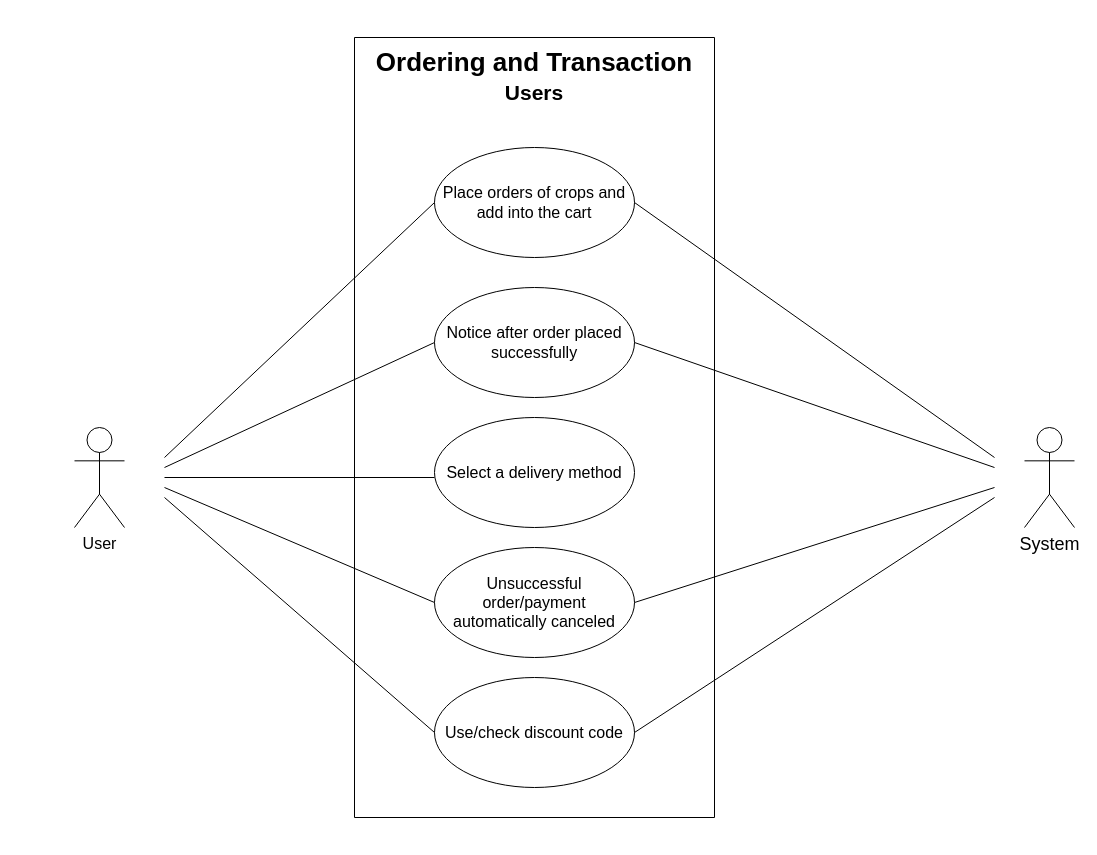
i4GS/test keeps this draw.io diagram as SAD_Assignment.drawio. Above is the earlier version. Source tidied: cells renumbered, new cells numbered last; positions are measured from the earlier drawing's top-left corner, leaving out a move shared by most shapes. Both pictures are drawn from the tidied source at 100%, with x=0, y=0 at pixel (74, 17).
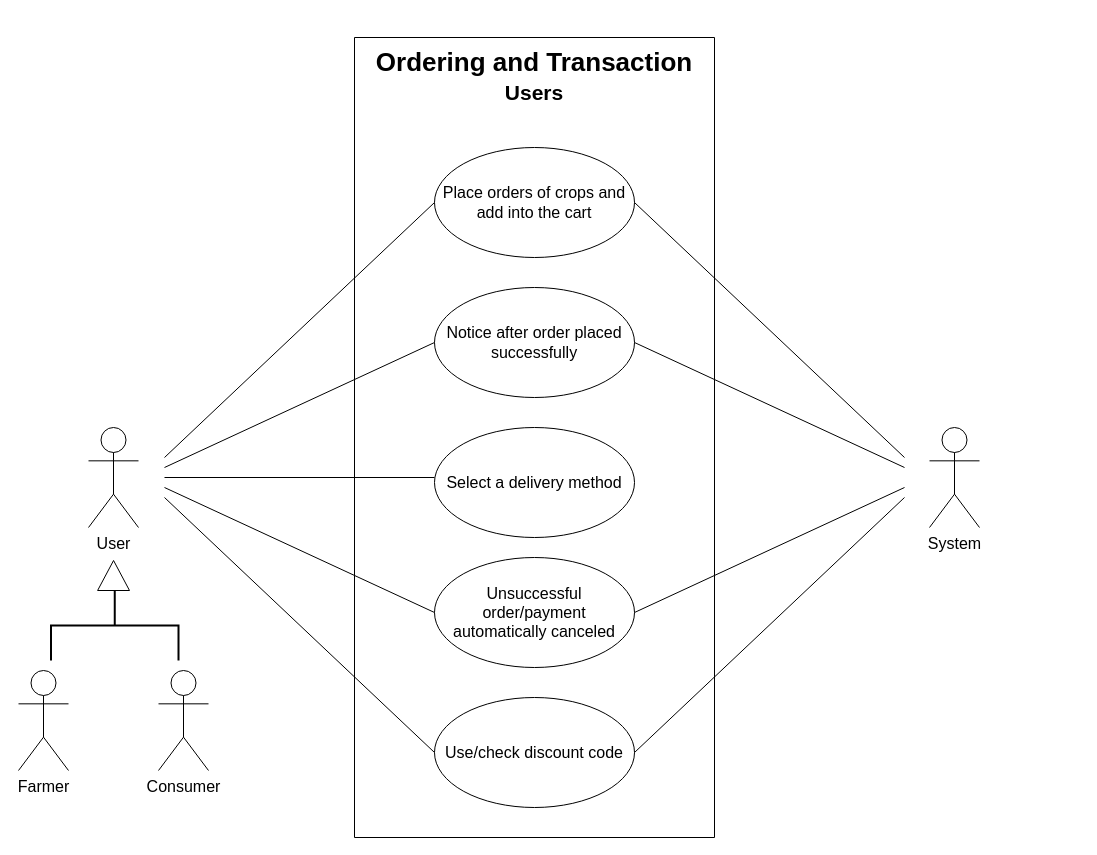
The same page after the edit.

Unchanged cells that the change refers to:
```xml
<mxCell id="5" value="Place orders of crops and add into the cart" style="ellipse;whiteSpace=wrap;html=1;fontSize=16;" parent="4" vertex="1">
  <mxGeometry x="80" y="110" width="200" height="110" as="geometry" />
</mxCell>
<mxCell id="8" value="&lt;font style=&quot;font-size: 16px;&quot;&gt;Notice&amp;nbsp;&lt;font style=&quot;font-size: 16px;&quot;&gt;after order placed successfully&lt;/font&gt;&lt;/font&gt;" style="ellipse;whiteSpace=wrap;html=1;fontSize=16;" parent="4" vertex="1">
  <mxGeometry x="80" y="250" width="200" height="110" as="geometry" />
</mxCell>
```

What changed in the source:
```diff
@@
     <mxCell id="3" value="User" style="shape=umlActor;verticalLabelPosition=bottom;verticalAlign=top;html=1;fontSize=16;" parent="1" vertex="1">
-      <mxGeometry y="410" width="50" height="100" as="geometry" />
+      <mxGeometry x="14" y="410" width="50" height="100" as="geometry" />
     </mxCell>
     <mxCell id="4" style="swimlane;startSize=0;fontSize=16;" parent="1" vertex="1">
-      <mxGeometry x="280" y="20" width="360" height="780" as="geometry" />
+      <mxGeometry x="280" y="20" width="360" height="800" as="geometry" />
     </mxCell>
@@
     <mxCell id="7" value="Select a delivery method" style="ellipse;whiteSpace=wrap;html=1;fontSize=16;" parent="4" vertex="1">
-      <mxGeometry x="80" y="380" width="200" height="110" as="geometry" />
+      <mxGeometry x="80" y="390" width="200" height="110" as="geometry" />
     </mxCell>
@@
     <mxCell id="9" value="Unsuccessful order/payment automatically canceled" style="ellipse;whiteSpace=wrap;html=1;fontSize=16;" parent="4" vertex="1">
-      <mxGeometry x="80" y="510" width="200" height="110" as="geometry" />
+      <mxGeometry x="80" y="520" width="200" height="110" as="geometry" />
     </mxCell>
     <mxCell id="10" value="Use/check discount code" style="ellipse;whiteSpace=wrap;html=1;fontSize=16;" parent="4" vertex="1">
-      <mxGeometry x="80" y="640" width="200" height="110" as="geometry" />
+      <mxGeometry x="80" y="660" width="200" height="110" as="geometry" />
     </mxCell>
-    <mxCell id="11" value="&lt;font style=&quot;font-size: 18px;&quot;&gt;System&lt;/font&gt;" style="shape=umlActor;verticalLabelPosition=bottom;verticalAlign=top;html=1;" parent="1" vertex="1">
-      <mxGeometry x="950" y="410" width="50" height="100" as="geometry" />
-    </mxCell>
@@
-    <mxCell id="15" style="endArrow=none;html=1;rounded=0;entryX=1;entryY=0.5;entryDx=0;entryDy=0;" parent="1" edge="1" target="8">
-      <mxGeometry relative="1" as="geometry">
-        <mxPoint x="920" y="450" as="sourcePoint" />
-      </mxGeometry>
-    </mxCell>
@@
-    <mxCell id="18" style="endArrow=none;html=1;rounded=0;exitX=1;exitY=0.5;exitDx=0;exitDy=0;" parent="1" edge="1" source="10">
-      <mxGeometry relative="1" as="geometry">
-        <mxPoint x="920" y="480" as="targetPoint" />
-      </mxGeometry>
-    </mxCell>
-    <mxCell id="19" style="endArrow=none;html=1;rounded=0;entryX=1;entryY=0.5;entryDx=0;entryDy=0;" parent="1" edge="1" target="5">
-      <mxGeometry relative="1" as="geometry">
-        <mxPoint x="920" y="440" as="sourcePoint" />
-      </mxGeometry>
-    </mxCell>
-    <mxCell id="20" style="endArrow=none;html=1;rounded=0;exitX=1;exitY=0.5;exitDx=0;exitDy=0;" parent="1" edge="1" source="9">
-      <mxGeometry relative="1" as="geometry">
-        <mxPoint x="920" y="470" as="targetPoint" />
-      </mxGeometry>
-    </mxCell>
+    <mxCell id="21" style="endArrow=none;html=1;rounded=0;entryX=1;entryY=0.5;entryDx=0;entryDy=0;" parent="1" edge="1" target="5">
+      <mxGeometry relative="1" as="geometry">
+        <mxPoint x="830" y="440" as="sourcePoint" />
+      </mxGeometry>
+    </mxCell>
+    <mxCell id="22" style="endArrow=none;html=1;rounded=0;entryX=1;entryY=0.5;entryDx=0;entryDy=0;" parent="1" edge="1" target="8">
+      <mxGeometry relative="1" as="geometry">
+        <mxPoint x="830" y="450" as="sourcePoint" />
+      </mxGeometry>
+    </mxCell>
+    <mxCell id="23" style="endArrow=none;html=1;rounded=0;entryX=1;entryY=0.5;entryDx=0;entryDy=0;" parent="1" edge="1" target="9">
+      <mxGeometry relative="1" as="geometry">
+        <mxPoint x="830" y="470" as="sourcePoint" />
+      </mxGeometry>
+    </mxCell>
+    <mxCell id="24" style="endArrow=none;html=1;rounded=0;exitX=1;exitY=0.5;exitDx=0;exitDy=0;" parent="1" edge="1" source="10">
+      <mxGeometry relative="1" as="geometry">
+        <mxPoint x="830" y="480" as="targetPoint" />
+      </mxGeometry>
+    </mxCell>
+    <mxCell id="11" value="System" style="shape=umlActor;verticalLabelPosition=bottom;verticalAlign=top;html=1;fontSize=16;" parent="1" vertex="1">
+      <mxGeometry x="855" y="410" width="50" height="100" as="geometry" />
+    </mxCell>
+    <mxCell id="25" value="Consumer" style="shape=umlActor;verticalLabelPosition=bottom;verticalAlign=top;html=1;fontSize=16;" parent="1" vertex="1">
+      <mxGeometry x="84" y="653" width="50" height="100" as="geometry" />
+    </mxCell>
+    <mxCell id="26" value="Farmer" style="shape=umlActor;verticalLabelPosition=bottom;verticalAlign=top;html=1;fontSize=16;" parent="1" vertex="1">
+      <mxGeometry x="-56" y="653" width="50" height="100" as="geometry" />
+    </mxCell>
+    <mxCell id="27" style="strokeWidth=2;html=1;shape=mxgraph.flowchart.annotation_2;align=left;labelPosition=right;direction=south;" parent="1" vertex="1">
+      <mxGeometry x="-23.5" y="573" width="127.5" height="70" as="geometry" />
+    </mxCell>
+    <mxCell id="28" style="verticalLabelPosition=bottom;verticalAlign=top;html=1;shape=mxgraph.basic.acute_triangle;dx=0.5;" parent="1" vertex="1">
+      <mxGeometry x="23.1" y="543" width="31.9" height="30" as="geometry" />
+    </mxCell>
```
